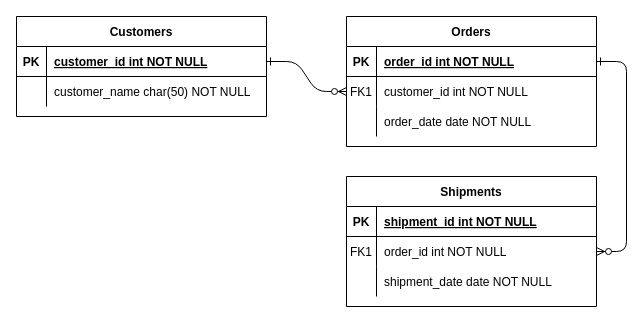
The draw.io diagram Untitled Diagram.drawio in Feedbaek/toy_project, before the edit. Source tidied: cells renumbered, new cells numbered last; positions are measured from the earlier drawing's top-left corner, leaving out a move shared by most shapes. Both pictures are drawn from the tidied source at 100%, with x=0, y=0 at pixel (16, 16).
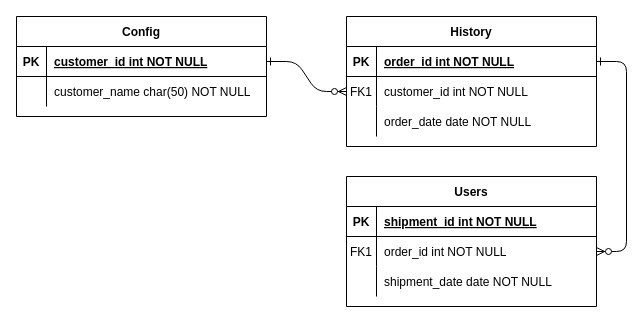
Above is the later version.

What changed in the source:
```diff
@@
-    <mxCell id="4" value="Orders" style="shape=table;startSize=30;childLayout=tableLayout;rowLines=0;fontStyle=1;align=center;" parent="1" vertex="1">
+    <mxCell id="4" value="History" style="shape=table;startSize=30;childLayout=tableLayout;rowLines=0;fontStyle=1;align=center;" parent="1" vertex="1">
       <mxGeometry x="330" width="250" height="130" as="geometry" />
     </mxCell>
@@
-    <mxCell id="14" value="Shipments" style="shape=table;startSize=30;childLayout=tableLayout;rowLines=0;fontStyle=1;align=center;" parent="1" vertex="1">
+    <mxCell id="14" value="Users" style="shape=table;startSize=30;childLayout=tableLayout;rowLines=0;fontStyle=1;align=center;" parent="1" vertex="1">
       <mxGeometry x="330" y="160" width="250" height="130" as="geometry" />
     </mxCell>
@@
-    <mxCell id="24" value="Customers" style="shape=table;startSize=30;childLayout=tableLayout;rowLines=0;fontStyle=1;align=center;" parent="1" vertex="1">
+    <mxCell id="24" value="Config" style="shape=table;startSize=30;childLayout=tableLayout;rowLines=0;fontStyle=1;align=center;" parent="1" vertex="1">
       <mxGeometry width="250" height="100" as="geometry" />
     </mxCell>
```
